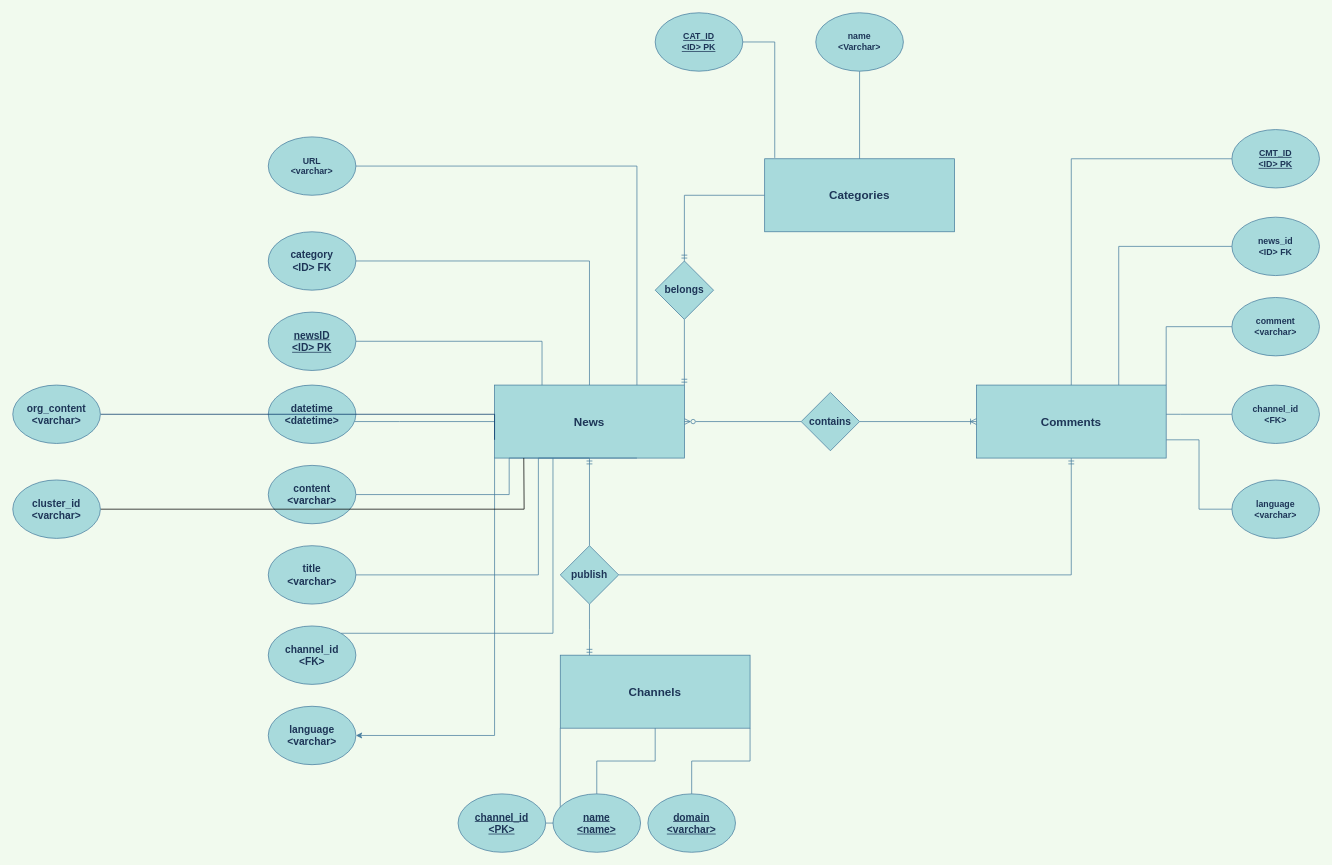
This is news_dataset.drawio from xiaochen93/xiaochen93, a draw.io file, before an edit. Source tidied: cells renumbered, new cells numbered last; positions are measured from the earlier drawing's top-left corner, leaving out a move shared by most shapes. Both pictures are drawn from the tidied source at 73%, with x=0, y=0 at pixel (12, 12).
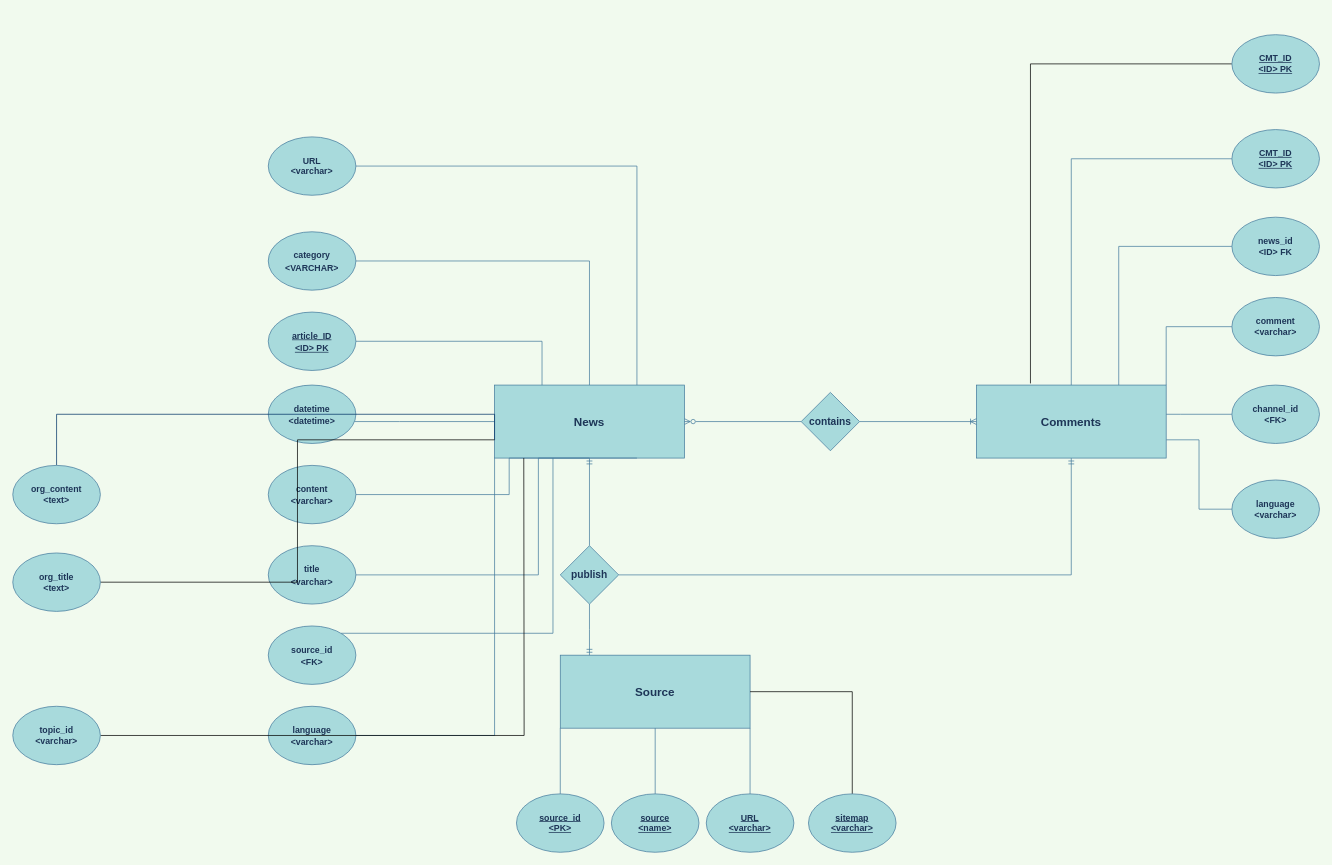
The same page after the edit.

Unchanged cells that the change refers to:
```xml
<mxCell id="6" value="News" style="rounded=0;whiteSpace=wrap;html=1;fontSize=16;fontStyle=1;fillColor=#A8DADC;strokeColor=#457B9D;fontColor=#1D3557;" parent="1" vertex="1">
  <mxGeometry x="660" y="510" width="260" height="100" as="geometry" />
</mxCell>
<mxCell id="21" value="Comments" style="rounded=0;whiteSpace=wrap;html=1;fontSize=16;fontStyle=1;fillColor=#A8DADC;strokeColor=#457B9D;fontColor=#1D3557;" parent="1" vertex="1">
  <mxGeometry x="1320" y="510" width="260" height="100" as="geometry" />
</mxCell>
```

What changed in the source:
```diff
@@
-    <mxCell id="4" style="edgeStyle=orthogonalEdgeStyle;rounded=0;jettySize=auto;html=1;exitX=1;exitY=0;exitDx=0;exitDy=0;entryX=0.5;entryY=1;entryDx=0;entryDy=0;fontSize=14;startArrow=ERmandOne;startFill=0;endArrow=none;endFill=0;labelBackgroundColor=#F1FAEE;strokeColor=#457B9D;fontColor=#1D3557;" parent="1" edge="1" source="6" target="37">
-      <mxGeometry relative="1" as="geometry" />
-    </mxCell>
-    <mxCell id="5" style="edgeStyle=orthogonalEdgeStyle;rounded=0;jettySize=auto;html=1;entryX=1;entryY=0.5;entryDx=0;entryDy=0;labelBackgroundColor=#F1FAEE;strokeColor=#457B9D;fontColor=#1D3557;" parent="1" edge="1" source="6" target="50">
+    <mxCell id="5" style="edgeStyle=orthogonalEdgeStyle;rounded=0;jettySize=auto;html=1;entryX=1;entryY=0.5;entryDx=0;entryDy=0;labelBackgroundColor=#F1FAEE;strokeColor=#457B9D;fontColor=#1D3557;endArrow=none;endFill=0;" parent="1" edge="1" source="6" target="50">
       <mxGeometry relative="1" as="geometry">
         <Array as="points">
           <mxPoint x="660" y="990" />
         </Array>
       </mxGeometry>
     </mxCell>
@@
-    <mxCell id="8" value="newsID&lt;br style=&quot;font-size: 14px;&quot;&gt;&amp;lt;ID&amp;gt; PK" style="ellipse;whiteSpace=wrap;html=1;fontStyle=5;fontSize=14;fontColor=#1D3557;fillColor=#A8DADC;strokeColor=#457B9D;" parent="1" vertex="1">
+    <mxCell id="8" value="&lt;font style=&quot;font-size: 12px;&quot;&gt;article_ID&lt;br style=&quot;&quot;&gt;&amp;lt;ID&amp;gt; PK&lt;/font&gt;" style="ellipse;whiteSpace=wrap;html=1;fontStyle=5;fontSize=14;fontColor=#1D3557;fillColor=#A8DADC;strokeColor=#457B9D;" parent="1" vertex="1">
       <mxGeometry x="350" y="410" width="120" height="80" as="geometry" />
     </mxCell>
@@
-    <mxCell id="10" value="datetime&lt;br style=&quot;font-size: 14px;&quot;&gt;&amp;lt;datetime&amp;gt;" style="ellipse;whiteSpace=wrap;html=1;fontStyle=1;fontSize=14;fillColor=#A8DADC;strokeColor=#457B9D;fontColor=#1D3557;" parent="1" vertex="1">
+    <mxCell id="10" value="&lt;font style=&quot;font-size: 12px;&quot;&gt;datetime&lt;br style=&quot;&quot;&gt;&amp;lt;datetime&amp;gt;&lt;/font&gt;" style="ellipse;whiteSpace=wrap;html=1;fontStyle=1;fontSize=14;fillColor=#A8DADC;strokeColor=#457B9D;fontColor=#1D3557;" parent="1" vertex="1">
       <mxGeometry x="350" y="510" width="120" height="80" as="geometry" />
     </mxCell>
@@
-    <mxCell id="12" value="category&lt;br style=&quot;font-size: 14px;&quot;&gt;&amp;lt;ID&amp;gt; FK" style="ellipse;whiteSpace=wrap;html=1;fontStyle=1;fontSize=14;fillColor=#A8DADC;strokeColor=#457B9D;fontColor=#1D3557;" parent="1" vertex="1">
+    <mxCell id="12" value="&lt;font style=&quot;font-size: 12px;&quot;&gt;category&lt;br style=&quot;&quot;&gt;&amp;lt;VARCHAR&amp;gt;&lt;/font&gt;" style="ellipse;whiteSpace=wrap;html=1;fontStyle=1;fontSize=14;fillColor=#A8DADC;strokeColor=#457B9D;fontColor=#1D3557;" parent="1" vertex="1">
       <mxGeometry x="350" y="300" width="120" height="80" as="geometry" />
     </mxCell>
@@
-    <mxCell id="14" value="content&lt;br style=&quot;font-size: 14px;&quot;&gt;&amp;lt;varchar&amp;gt;" style="ellipse;whiteSpace=wrap;html=1;fontStyle=1;fontSize=14;fillColor=#A8DADC;strokeColor=#457B9D;fontColor=#1D3557;" parent="1" vertex="1">
+    <mxCell id="14" value="&lt;font style=&quot;font-size: 12px;&quot;&gt;content&lt;br style=&quot;&quot;&gt;&amp;lt;varchar&amp;gt;&lt;/font&gt;" style="ellipse;whiteSpace=wrap;html=1;fontStyle=1;fontSize=14;fillColor=#A8DADC;strokeColor=#457B9D;fontColor=#1D3557;" parent="1" vertex="1">
       <mxGeometry x="350" y="620" width="120" height="80" as="geometry" />
     </mxCell>
@@
-    <mxCell id="16" value="title&lt;br style=&quot;font-size: 14px;&quot;&gt;&amp;lt;varchar&amp;gt;" style="ellipse;whiteSpace=wrap;html=1;fontStyle=1;fillColor=#A8DADC;strokeColor=#457B9D;fontColor=#1D3557;fontSize=14;" parent="1" vertex="1">
+    <mxCell id="16" value="&lt;font style=&quot;font-size: 12px;&quot;&gt;title&lt;br style=&quot;&quot;&gt;&amp;lt;varchar&amp;gt;&lt;/font&gt;" style="ellipse;whiteSpace=wrap;html=1;fontStyle=1;fillColor=#A8DADC;strokeColor=#457B9D;fontColor=#1D3557;fontSize=14;" parent="1" vertex="1">
       <mxGeometry x="350" y="730" width="120" height="80" as="geometry" />
     </mxCell>
@@
-    <mxCell id="30" value="Channels" style="rounded=0;whiteSpace=wrap;html=1;fontSize=16;fontStyle=1;fillColor=#A8DADC;strokeColor=#457B9D;fontColor=#1D3557;" parent="1" vertex="1">
+    <mxCell id="30" value="Source" style="rounded=0;whiteSpace=wrap;html=1;fontSize=16;fontStyle=1;fillColor=#A8DADC;strokeColor=#457B9D;fontColor=#1D3557;" parent="1" vertex="1">
       <mxGeometry x="750" y="880" width="260" height="100" as="geometry" />
     </mxCell>
-    <mxCell id="31" style="edgeStyle=orthogonalEdgeStyle;rounded=0;jettySize=auto;html=1;exitX=0;exitY=0.5;exitDx=0;exitDy=0;entryX=0.5;entryY=0;entryDx=0;entryDy=0;fontSize=14;startArrow=none;startFill=0;endArrow=ERmandOne;endFill=0;labelBackgroundColor=#F1FAEE;strokeColor=#457B9D;fontColor=#1D3557;" parent="1" edge="1" source="32" target="37">
-      <mxGeometry relative="1" as="geometry" />
-    </mxCell>
-    <mxCell id="32" value="Categories" style="rounded=0;whiteSpace=wrap;html=1;fontSize=16;fontStyle=1;fillColor=#A8DADC;strokeColor=#457B9D;fontColor=#1D3557;" parent="1" vertex="1">
-      <mxGeometry x="1030" y="200" width="260" height="100" as="geometry" />
-    </mxCell>
@@
-    <mxCell id="37" value="belongs" style="rhombus;whiteSpace=wrap;html=1;fontSize=14;fontStyle=1;fillColor=#A8DADC;strokeColor=#457B9D;fontColor=#1D3557;" parent="1" vertex="1">
-      <mxGeometry x="880" y="340" width="80" height="80" as="geometry" />
-    </mxCell>
-    <mxCell id="38" style="edgeStyle=orthogonalEdgeStyle;rounded=0;jettySize=auto;html=1;entryX=0.053;entryY=-0.012;entryDx=0;entryDy=0;entryPerimeter=0;fontSize=14;startArrow=none;startFill=0;endArrow=none;endFill=0;labelBackgroundColor=#F1FAEE;strokeColor=#457B9D;fontColor=#1D3557;" parent="1" edge="1" source="39" target="32">
-      <mxGeometry relative="1" as="geometry" />
-    </mxCell>
-    <mxCell id="39" value="CAT_ID&lt;br&gt;&amp;lt;ID&amp;gt; PK" style="ellipse;whiteSpace=wrap;html=1;fontStyle=5;fontColor=#1D3557;fillColor=#A8DADC;strokeColor=#457B9D;" parent="1" vertex="1">
-      <mxGeometry x="880" width="120" height="80" as="geometry" />
-    </mxCell>
-    <mxCell id="40" style="edgeStyle=orthogonalEdgeStyle;rounded=0;jettySize=auto;html=1;fontSize=14;startArrow=none;startFill=0;endArrow=none;endFill=0;labelBackgroundColor=#F1FAEE;strokeColor=#457B9D;fontColor=#1D3557;" parent="1" edge="1" source="41" target="32">
-      <mxGeometry relative="1" as="geometry" />
-    </mxCell>
-    <mxCell id="41" value="name&lt;br&gt;&amp;lt;Varchar&amp;gt;" style="ellipse;whiteSpace=wrap;html=1;fontStyle=1;fillColor=#A8DADC;strokeColor=#457B9D;fontColor=#1D3557;" parent="1" vertex="1">
-      <mxGeometry x="1100" width="120" height="80" as="geometry" />
-    </mxCell>
@@
-    <mxCell id="43" value="channel_id&lt;br style=&quot;font-size: 14px;&quot;&gt;&amp;lt;FK&amp;gt;" style="ellipse;whiteSpace=wrap;html=1;fontStyle=1;fillColor=#A8DADC;strokeColor=#457B9D;fontColor=#1D3557;fontSize=14;" parent="1" vertex="1">
+    <mxCell id="43" value="&lt;font style=&quot;font-size: 12px;&quot;&gt;source_id&lt;br style=&quot;&quot;&gt;&amp;lt;FK&amp;gt;&lt;/font&gt;" style="ellipse;whiteSpace=wrap;html=1;fontStyle=1;fillColor=#A8DADC;strokeColor=#457B9D;fontColor=#1D3557;fontSize=14;" parent="1" vertex="1">
       <mxGeometry x="350" y="840" width="120" height="80" as="geometry" />
     </mxCell>
@@
-    <mxCell id="45" value="channel_id&lt;br style=&quot;font-size: 14px;&quot;&gt;&amp;lt;PK&amp;gt;" style="ellipse;whiteSpace=wrap;html=1;fontStyle=5;fontColor=#1D3557;fontSize=14;verticalAlign=middle;fillColor=#A8DADC;strokeColor=#457B9D;" parent="1" vertex="1">
-      <mxGeometry x="610" y="1070" width="120" height="80" as="geometry" />
+    <mxCell id="45" value="source_id&lt;br style=&quot;font-size: 12px;&quot;&gt;&amp;lt;PK&amp;gt;" style="ellipse;whiteSpace=wrap;html=1;fontStyle=5;fontColor=#1D3557;fontSize=12;verticalAlign=middle;fillColor=#A8DADC;strokeColor=#457B9D;" parent="1" vertex="1">
+      <mxGeometry x="690" y="1070" width="120" height="80" as="geometry" />
     </mxCell>
@@
-    <mxCell id="47" value="domain&lt;br&gt;&amp;lt;varchar&amp;gt;" style="ellipse;whiteSpace=wrap;html=1;fontStyle=5;fontColor=#1D3557;fontSize=14;verticalAlign=middle;fillColor=#A8DADC;strokeColor=#457B9D;" parent="1" vertex="1">
-      <mxGeometry x="870" y="1070" width="120" height="80" as="geometry" />
+    <mxCell id="47" value="URL&lt;br style=&quot;font-size: 12px;&quot;&gt;&amp;lt;varchar&amp;gt;" style="ellipse;whiteSpace=wrap;html=1;fontStyle=5;fontColor=#1D3557;fontSize=12;verticalAlign=middle;fillColor=#A8DADC;strokeColor=#457B9D;" parent="1" vertex="1">
+      <mxGeometry x="950" y="1070" width="120" height="80" as="geometry" />
     </mxCell>
@@
-    <mxCell id="49" value="name&lt;br&gt;&amp;lt;name&amp;gt;" style="ellipse;whiteSpace=wrap;html=1;fontStyle=5;fontColor=#1D3557;fontSize=14;verticalAlign=middle;fillColor=#A8DADC;strokeColor=#457B9D;" parent="1" vertex="1">
-      <mxGeometry x="740" y="1070" width="120" height="80" as="geometry" />
+    <mxCell id="49" value="source&lt;br&gt;&amp;lt;name&amp;gt;" style="ellipse;whiteSpace=wrap;html=1;fontStyle=5;fontColor=#1D3557;fontSize=12;verticalAlign=middle;fillColor=#A8DADC;strokeColor=#457B9D;" parent="1" vertex="1">
+      <mxGeometry x="820" y="1070" width="120" height="80" as="geometry" />
     </mxCell>
-    <mxCell id="50" value="language&lt;br style=&quot;font-size: 14px;&quot;&gt;&amp;lt;varchar&amp;gt;" style="ellipse;whiteSpace=wrap;html=1;fillColor=#A8DADC;strokeColor=#457B9D;fontColor=#1D3557;fontStyle=1;fontSize=14;" parent="1" vertex="1">
+    <mxCell id="50" value="&lt;font style=&quot;font-size: 12px;&quot;&gt;language&lt;br style=&quot;&quot;&gt;&amp;lt;varchar&amp;gt;&lt;/font&gt;" style="ellipse;whiteSpace=wrap;html=1;fillColor=#A8DADC;strokeColor=#457B9D;fontColor=#1D3557;fontStyle=1;fontSize=14;" parent="1" vertex="1">
       <mxGeometry x="350" y="950" width="120" height="80" as="geometry" />
     </mxCell>
@@
-    <mxCell id="53" value="org_content&lt;br style=&quot;font-size: 14px;&quot;&gt;&amp;lt;varchar&amp;gt;" style="ellipse;whiteSpace=wrap;html=1;fontStyle=1;fontSize=14;fillColor=#A8DADC;strokeColor=#457B9D;fontColor=#1D3557;" parent="1" vertex="1">
-      <mxGeometry y="510" width="120" height="80" as="geometry" />
+    <mxCell id="53" value="org_content&lt;br style=&quot;font-size: 12px;&quot;&gt;&amp;lt;text&amp;gt;" style="ellipse;whiteSpace=wrap;html=1;fontStyle=1;fontSize=12;fillColor=#A8DADC;strokeColor=#457B9D;fontColor=#1D3557;" parent="1" vertex="1">
+      <mxGeometry y="620" width="120" height="80" as="geometry" />
     </mxCell>
@@
-    <mxCell id="55" value="cluster_id&lt;br&gt;&amp;lt;varchar&amp;gt;" style="ellipse;whiteSpace=wrap;html=1;fontStyle=1;fontSize=14;fillColor=#A8DADC;strokeColor=#457B9D;fontColor=#1D3557;" parent="1" vertex="1">
-      <mxGeometry y="640" width="120" height="80" as="geometry" />
+    <mxCell id="55" value="topic_id&lt;br style=&quot;font-size: 12px;&quot;&gt;&amp;lt;varchar&amp;gt;" style="ellipse;whiteSpace=wrap;html=1;fontStyle=1;fontSize=12;fillColor=#A8DADC;strokeColor=#457B9D;fontColor=#1D3557;" parent="1" vertex="1">
+      <mxGeometry y="950" width="120" height="80" as="geometry" />
     </mxCell>
+    <mxCell id="56" style="edgeStyle=orthogonalEdgeStyle;rounded=0;jettySize=auto;html=1;entryX=0;entryY=0.75;entryDx=0;entryDy=0;fontSize=12;endArrow=none;endFill=0;" parent="1" edge="1" source="57" target="6">
+      <mxGeometry relative="1" as="geometry" />
+    </mxCell>
+    <mxCell id="57" value="org_title&lt;br style=&quot;font-size: 12px;&quot;&gt;&amp;lt;text&amp;gt;" style="ellipse;whiteSpace=wrap;html=1;fontStyle=1;fontSize=12;fillColor=#A8DADC;strokeColor=#457B9D;fontColor=#1D3557;" parent="1" vertex="1">
+      <mxGeometry y="740" width="120" height="80" as="geometry" />
+    </mxCell>
+    <mxCell id="58" style="edgeStyle=orthogonalEdgeStyle;rounded=0;jettySize=auto;html=1;entryX=0.285;entryY=-0.023;entryDx=0;entryDy=0;entryPerimeter=0;fontSize=12;endArrow=none;endFill=0;" parent="1" edge="1" source="59" target="21">
+      <mxGeometry relative="1" as="geometry" />
+    </mxCell>
+    <mxCell id="59" value="CMT_ID&lt;br&gt;&amp;lt;ID&amp;gt; PK" style="ellipse;whiteSpace=wrap;html=1;fontStyle=5;fontColor=#1D3557;fillColor=#A8DADC;strokeColor=#457B9D;" parent="1" vertex="1">
+      <mxGeometry x="1670" y="30" width="120" height="80" as="geometry" />
+    </mxCell>
+    <mxCell id="60" style="edgeStyle=orthogonalEdgeStyle;rounded=0;jettySize=auto;html=1;entryX=1;entryY=0.5;entryDx=0;entryDy=0;fontSize=12;endArrow=none;endFill=0;exitX=0.5;exitY=0;exitDx=0;exitDy=0;" parent="1" edge="1" source="61" target="30">
+      <mxGeometry relative="1" as="geometry" />
+    </mxCell>
+    <mxCell id="61" value="sitemap&lt;br style=&quot;font-size: 12px;&quot;&gt;&amp;lt;varchar&amp;gt;" style="ellipse;whiteSpace=wrap;html=1;fontStyle=5;fontColor=#1D3557;fontSize=12;verticalAlign=middle;fillColor=#A8DADC;strokeColor=#457B9D;" parent="1" vertex="1">
+      <mxGeometry x="1090" y="1070" width="120" height="80" as="geometry" />
+    </mxCell>
```
